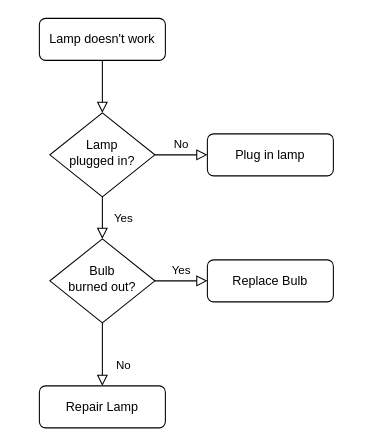
Earlier version of the draw.io diagram 未命名绘图.drawio (cydiacen/markdownImg). Source tidied: cells renumbered, new cells numbered last; positions are measured from the earlier drawing's top-left corner, leaving out a move shared by most shapes. Both pictures are drawn from the tidied source at 105%, with x=0, y=0 at pixel (39, 18).
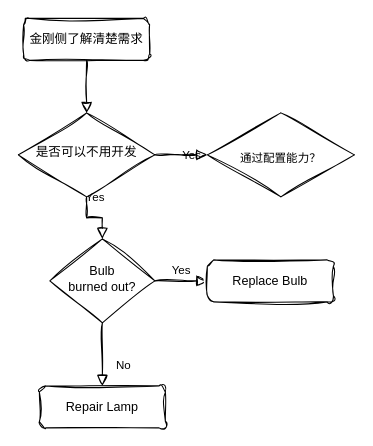
The same diagram, later.

Commit message (it also covers changes not shown here):
更新未命名绘图.drawio

The edit, as a diff of the source:
```diff
@@
 <mxGraphModel>
   <root>
     <mxCell id="0" />
     <mxCell id="1" parent="0" />
-    <mxCell id="2" style="rounded=0;html=1;jettySize=auto;fontSize=11;endArrow=block;endFill=0;endSize=8;strokeWidth=1;shadow=0;labelBackgroundColor=none;edgeStyle=orthogonalEdgeStyle;" parent="1" edge="1" source="3" target="6">
+    <mxCell id="2" style="rounded=0;html=1;jettySize=auto;fontSize=11;endArrow=block;endFill=0;endSize=8;strokeWidth=1;shadow=0;labelBackgroundColor=none;edgeStyle=orthogonalEdgeStyle;sketch=1;curveFitting=1;jiggle=2;" parent="1" edge="1" source="3" target="6">
       <mxGeometry relative="1" as="geometry" />
     </mxCell>
-    <mxCell id="3" value="Lamp doesn't work" style="rounded=1;whiteSpace=wrap;html=1;fontSize=12;glass=0;strokeWidth=1;shadow=0;" parent="1" vertex="1">
-      <mxGeometry width="120" height="40" as="geometry" />
+    <mxCell id="3" value="金刚侧了解清楚需求" style="rounded=1;whiteSpace=wrap;html=1;fontSize=12;glass=0;strokeWidth=1;shadow=0;sketch=1;curveFitting=1;jiggle=2;" parent="1" vertex="1">
+      <mxGeometry x="-15" width="120" height="40" as="geometry" />
     </mxCell>
-    <mxCell id="4" value="Yes" style="rounded=0;html=1;jettySize=auto;fontSize=11;endArrow=block;endFill=0;endSize=8;strokeWidth=1;shadow=0;labelBackgroundColor=none;edgeStyle=orthogonalEdgeStyle;" parent="1" edge="1" source="6" target="10">
+    <mxCell id="4" value="Yes" style="rounded=0;html=1;jettySize=auto;fontSize=11;endArrow=block;endFill=0;endSize=8;strokeWidth=1;shadow=0;labelBackgroundColor=none;edgeStyle=orthogonalEdgeStyle;sketch=1;curveFitting=1;jiggle=2;" parent="1" edge="1" source="6" target="10">
       <mxGeometry y="20" relative="1" as="geometry" />
     </mxCell>
-    <mxCell id="5" value="No" style="edgeStyle=orthogonalEdgeStyle;rounded=0;html=1;jettySize=auto;fontSize=11;endArrow=block;endFill=0;endSize=8;strokeWidth=1;shadow=0;labelBackgroundColor=none;" parent="1" edge="1" source="6" target="7">
-      <mxGeometry y="10" relative="1" as="geometry" />
+    <mxCell id="5" value="Yes" style="edgeStyle=orthogonalEdgeStyle;rounded=0;html=1;jettySize=auto;fontSize=11;endArrow=block;endFill=0;endSize=8;strokeWidth=1;shadow=0;labelBackgroundColor=none;sketch=1;curveFitting=1;jiggle=2;" parent="1" edge="1" source="6">
+      <mxGeometry y="10" relative="1" as="geometry">
+        <mxPoint x="160" y="130" as="targetPoint" />
+      </mxGeometry>
     </mxCell>
-    <mxCell id="6" value="Lamp&lt;br&gt;plugged in?" style="rhombus;whiteSpace=wrap;html=1;shadow=0;fontFamily=Helvetica;fontSize=12;align=center;strokeWidth=1;spacing=6;spacingTop=-4;" parent="1" vertex="1">
-      <mxGeometry x="10" y="90" width="100" height="80" as="geometry" />
+    <mxCell id="6" value="是否可以不用开发" style="rhombus;whiteSpace=wrap;html=1;shadow=0;fontFamily=Helvetica;fontSize=12;align=center;strokeWidth=1;spacing=6;spacingTop=-4;sketch=1;curveFitting=1;jiggle=2;" parent="1" vertex="1">
+      <mxGeometry x="-20" y="90" width="130" height="80" as="geometry" />
     </mxCell>
-    <mxCell id="7" value="Plug in lamp" style="rounded=1;whiteSpace=wrap;html=1;fontSize=12;glass=0;strokeWidth=1;shadow=0;" parent="1" vertex="1">
-      <mxGeometry x="160" y="110" width="120" height="40" as="geometry" />
-    </mxCell>
-    <mxCell id="8" value="No" style="rounded=0;html=1;jettySize=auto;fontSize=11;endArrow=block;endFill=0;endSize=8;strokeWidth=1;shadow=0;labelBackgroundColor=none;edgeStyle=orthogonalEdgeStyle;" parent="1" edge="1" source="10" target="11">
+    <mxCell id="8" value="No" style="rounded=0;html=1;jettySize=auto;fontSize=11;endArrow=block;endFill=0;endSize=8;strokeWidth=1;shadow=0;labelBackgroundColor=none;edgeStyle=orthogonalEdgeStyle;sketch=1;curveFitting=1;jiggle=2;" parent="1" edge="1" source="10" target="11">
       <mxGeometry x="0.33" y="20" relative="1" as="geometry" />
     </mxCell>
-    <mxCell id="9" value="Yes" style="edgeStyle=orthogonalEdgeStyle;rounded=0;html=1;jettySize=auto;fontSize=11;endArrow=block;endFill=0;endSize=8;strokeWidth=1;shadow=0;labelBackgroundColor=none;" parent="1" edge="1" source="10" target="12">
+    <mxCell id="9" value="Yes" style="edgeStyle=orthogonalEdgeStyle;rounded=0;html=1;jettySize=auto;fontSize=11;endArrow=block;endFill=0;endSize=8;strokeWidth=1;shadow=0;labelBackgroundColor=none;sketch=1;curveFitting=1;jiggle=2;" parent="1" edge="1" source="10" target="12">
       <mxGeometry y="10" relative="1" as="geometry" />
     </mxCell>
-    <mxCell id="10" value="Bulb&lt;br&gt;burned out?" style="rhombus;whiteSpace=wrap;html=1;shadow=0;fontFamily=Helvetica;fontSize=12;align=center;strokeWidth=1;spacing=6;spacingTop=-4;" parent="1" vertex="1">
+    <mxCell id="10" value="Bulb&lt;br&gt;burned out?" style="rhombus;whiteSpace=wrap;html=1;shadow=0;fontFamily=Helvetica;fontSize=12;align=center;strokeWidth=1;spacing=6;spacingTop=-4;sketch=1;curveFitting=1;jiggle=2;" parent="1" vertex="1">
       <mxGeometry x="10" y="210" width="100" height="80" as="geometry" />
     </mxCell>
-    <mxCell id="11" value="Repair Lamp" style="rounded=1;whiteSpace=wrap;html=1;fontSize=12;glass=0;strokeWidth=1;shadow=0;" parent="1" vertex="1">
+    <mxCell id="11" value="Repair Lamp" style="rounded=1;whiteSpace=wrap;html=1;fontSize=12;glass=0;strokeWidth=1;shadow=0;sketch=1;curveFitting=1;jiggle=2;" parent="1" vertex="1">
       <mxGeometry y="350" width="120" height="40" as="geometry" />
     </mxCell>
-    <mxCell id="12" value="Replace Bulb" style="rounded=1;whiteSpace=wrap;html=1;fontSize=12;glass=0;strokeWidth=1;shadow=0;" parent="1" vertex="1">
+    <mxCell id="12" value="Replace Bulb" style="rounded=1;whiteSpace=wrap;html=1;fontSize=12;glass=0;strokeWidth=1;shadow=0;sketch=1;curveFitting=1;jiggle=2;" parent="1" vertex="1">
       <mxGeometry x="160" y="230" width="120" height="40" as="geometry" />
     </mxCell>
+    <mxCell id="13" value="&lt;font style=&quot;font-size: 11px;&quot;&gt;通过配置能力？&lt;/font&gt;" style="rhombus;whiteSpace=wrap;html=1;sketch=1;hachureGap=4;jiggle=2;curveFitting=1;fontFamily=Architects Daughter;fontSize=20;" parent="1" vertex="1">
+      <mxGeometry x="160" y="90" width="140" height="80" as="geometry" />
+    </mxCell>
   </root>
 </mxGraphModel>
```
